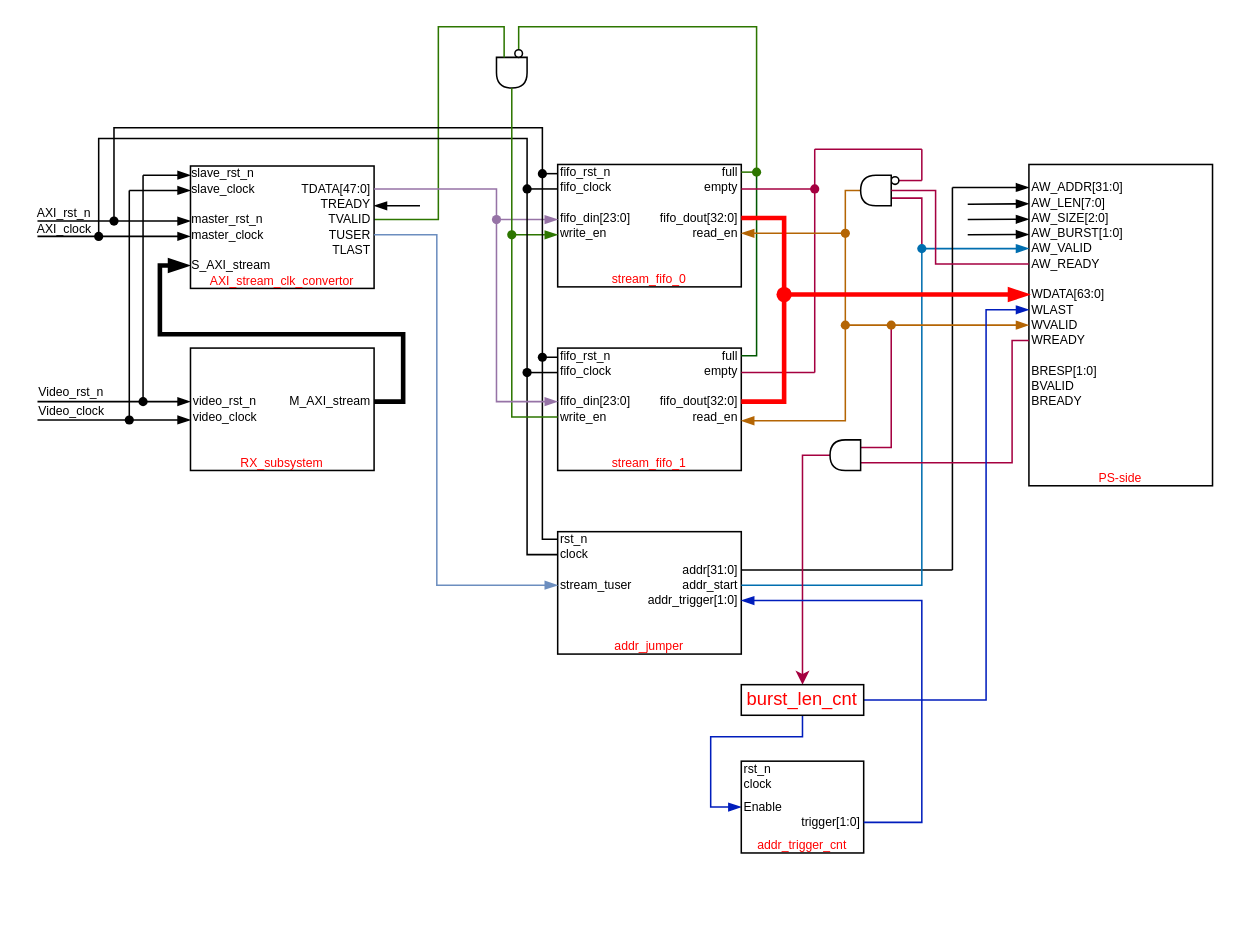
Above: Our_design/Our_design.drawio in YZchen3467/drawio (draw.io), before the change. Source tidied: cells renumbered, new cells numbered last; positions are measured from the earlier drawing's top-left corner, leaving out a move shared by most shapes. Both pictures are drawn from the tidied source at 153%, with x=0, y=0 at pixel (34, 26).
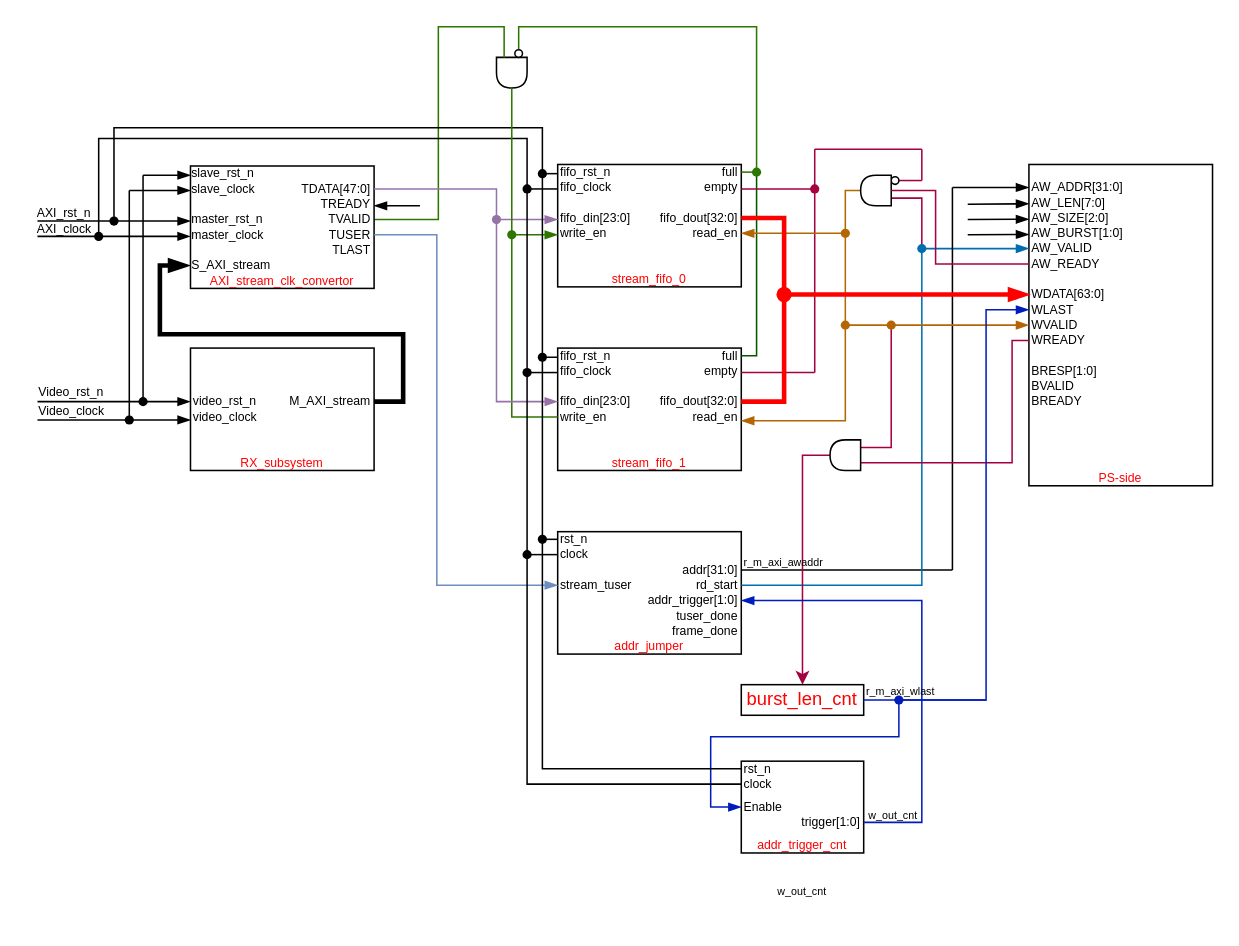
The same diagram, later.

The change refers to these unchanged cells:
```xml
<mxCell id="13" style="group;rounded=0;" parent="1" vertex="1">
  <mxGeometry x="342" y="330" width="120" height="80" as="geometry" />
</mxCell>
<mxCell id="16" value="clock" style="text;html=1;strokeColor=none;fillColor=none;align=left;verticalAlign=middle;whiteSpace=wrap;rounded=0;strokeWidth=0;fontSize=8;horizontal=1;" parent="13" vertex="1">
  <mxGeometry y="10" width="60" height="10" as="geometry" />
</mxCell>
<mxCell id="17" value="rst_n" style="text;html=1;strokeColor=none;fillColor=none;align=left;verticalAlign=middle;whiteSpace=wrap;rounded=0;strokeWidth=0;fontSize=8;horizontal=1;" parent="13" vertex="1">
  <mxGeometry width="60" height="10" as="geometry" />
</mxCell>
<mxCell id="62" style="shape=waypoint;sketch=0;fillStyle=solid;size=6;points=[];fillColor=none;perimeter=centerPerimeter;snapToPoint=1;" parent="1" vertex="1">
  <mxGeometry x="322" y="206" width="20" height="20" as="geometry" />
</mxCell>
<mxCell id="64" style="shape=waypoint;sketch=0;fillStyle=solid;size=6;points=[];fillColor=none;perimeter=centerPerimeter;snapToPoint=1;" parent="1" vertex="1">
  <mxGeometry x="312" y="216" width="20" height="20" as="geometry" />
</mxCell>
<mxCell id="82" value="&lt;font style=&quot;font-size: 8px;&quot;&gt;WLAST&lt;/font&gt;" style="text;html=1;strokeColor=none;fillColor=none;align=left;verticalAlign=middle;whiteSpace=wrap;rounded=0;strokeWidth=0;fontSize=8;horizontal=1;" parent="72" vertex="1">
  <mxGeometry y="90" width="60" height="10" as="geometry" />
</mxCell>
<mxCell id="129" value="&lt;font color=&quot;#ff0000&quot;&gt;burst_len_cnt&lt;/font&gt;" style="rounded=0;whiteSpace=wrap;html=1;" parent="1" vertex="1">
  <mxGeometry x="462" y="430" width="80" height="20" as="geometry" />
</mxCell>
<mxCell id="132" value="Enable" style="text;html=1;strokeColor=none;fillColor=none;align=left;verticalAlign=middle;whiteSpace=wrap;rounded=0;strokeWidth=0;fontSize=8;horizontal=1;" parent="130" vertex="1">
  <mxGeometry y="25" width="60" height="10" as="geometry" />
</mxCell>
<mxCell id="133" value="rst_n" style="text;html=1;strokeColor=none;fillColor=none;align=left;verticalAlign=middle;whiteSpace=wrap;rounded=0;strokeWidth=0;fontSize=8;horizontal=1;" parent="130" vertex="1">
  <mxGeometry width="60" height="10" as="geometry" />
</mxCell>
<mxCell id="134" value="clock" style="text;html=1;strokeColor=none;fillColor=none;align=left;verticalAlign=middle;whiteSpace=wrap;rounded=0;strokeWidth=0;fontSize=8;horizontal=1;" parent="130" vertex="1">
  <mxGeometry y="10" width="60" height="10" as="geometry" />
</mxCell>
```

The edit, as a diff of the source:
```diff
@@
-    <mxCell id="19" value="addr_start" style="text;html=1;strokeColor=none;fillColor=none;align=right;verticalAlign=middle;whiteSpace=wrap;rounded=0;strokeWidth=0;fontSize=8;horizontal=1;" parent="13" vertex="1">
+    <mxCell id="19" value="rd_start" style="text;html=1;strokeColor=none;fillColor=none;align=right;verticalAlign=middle;whiteSpace=wrap;rounded=0;strokeWidth=0;fontSize=8;horizontal=1;" parent="13" vertex="1">
       <mxGeometry x="60" y="30" width="60" height="10" as="geometry" />
     </mxCell>
@@
+    <mxCell id="169" value="tuser_done" style="text;html=1;strokeColor=none;fillColor=none;align=right;verticalAlign=middle;whiteSpace=wrap;rounded=0;strokeWidth=0;fontSize=8;horizontal=1;" parent="13" vertex="1">
+      <mxGeometry x="60" y="50" width="60" height="10" as="geometry" />
+    </mxCell>
+    <mxCell id="170" value="frame_done" style="text;html=1;strokeColor=none;fillColor=none;align=right;verticalAlign=middle;whiteSpace=wrap;rounded=0;strokeWidth=0;fontSize=8;horizontal=1;" parent="13" vertex="1">
+      <mxGeometry x="60" y="60" width="60" height="10" as="geometry" />
+    </mxCell>
@@
-    <mxCell id="61" style="edgeStyle=orthogonalEdgeStyle;rounded=0;jettySize=auto;html=1;entryX=0;entryY=0.5;entryDx=0;entryDy=0;endArrow=none;endFill=0;" parent="1" edge="1" source="62" target="17">
+    <mxCell id="61" style="edgeStyle=orthogonalEdgeStyle;rounded=0;jettySize=auto;html=1;entryX=0;entryY=0.5;entryDx=0;entryDy=0;endArrow=none;endFill=0;" parent="1" edge="1" source="177" target="17">
       <mxGeometry relative="1" as="geometry">
         <Array as="points">
           <mxPoint x="332" y="335" />
         </Array>
       </mxGeometry>
     </mxCell>
@@
-    <mxCell id="63" style="edgeStyle=orthogonalEdgeStyle;rounded=0;jettySize=auto;html=1;endArrow=none;endFill=0;entryX=0;entryY=0.5;entryDx=0;entryDy=0;" parent="1" edge="1" source="64" target="16">
+    <mxCell id="63" style="edgeStyle=orthogonalEdgeStyle;rounded=0;jettySize=auto;html=1;endArrow=none;endFill=0;entryX=0;entryY=0.5;entryDx=0;entryDy=0;" parent="1" edge="1" source="180" target="16">
       <mxGeometry relative="1" as="geometry">
         <Array as="points">
           <mxPoint x="322" y="345" />
         </Array>
       </mxGeometry>
     </mxCell>
@@
-    <mxCell id="127" style="edgeStyle=orthogonalEdgeStyle;rounded=0;jettySize=auto;html=1;entryX=0;entryY=0.5;entryDx=0;entryDy=0;fillColor=#0050ef;strokeColor=#001DBC;endArrow=blockThin;endFill=1;" parent="1" edge="1" source="129" target="132">
+    <mxCell id="127" style="edgeStyle=orthogonalEdgeStyle;rounded=0;jettySize=auto;html=1;entryX=0;entryY=0.5;entryDx=0;entryDy=0;fillColor=#0050ef;strokeColor=#001DBC;endArrow=blockThin;endFill=1;exitX=0.476;exitY=1.167;exitDx=0;exitDy=0;exitPerimeter=0;" parent="1" edge="1" source="174" target="132">
       <mxGeometry relative="1" as="geometry">
         <Array as="points">
-          <mxPoint x="502" y="464" />
+          <mxPoint x="565" y="464" />
           <mxPoint x="442" y="464" />
           <mxPoint x="442" y="510" />
         </Array>
       </mxGeometry>
     </mxCell>
-    <mxCell id="128" style="edgeStyle=orthogonalEdgeStyle;rounded=0;jettySize=auto;html=1;entryX=0;entryY=0.5;entryDx=0;entryDy=0;fillColor=#0050ef;strokeColor=#001DBC;endArrow=blockThin;endFill=1;" parent="1" edge="1" source="129" target="82">
+    <mxCell id="128" style="edgeStyle=orthogonalEdgeStyle;rounded=0;jettySize=auto;html=1;entryX=0;entryY=0.5;entryDx=0;entryDy=0;fillColor=#0050ef;strokeColor=#001DBC;endArrow=blockThin;endFill=1;" parent="1" edge="1" source="174" target="82">
       <mxGeometry relative="1" as="geometry">
         <Array as="points">
-          <mxPoint x="622" y="440" />
           <mxPoint x="622" y="185" />
         </Array>
       </mxGeometry>
     </mxCell>
@@
+    <mxCell id="171" value="&lt;p style=&quot;line-height: 100%;&quot;&gt;&lt;span style=&quot;font-size: 7px;&quot;&gt;w_out_cnt&lt;/span&gt;&lt;/p&gt;" style="text;html=1;strokeColor=none;fillColor=none;align=center;verticalAlign=middle;whiteSpace=wrap;rounded=0;" parent="1" vertex="1">
+      <mxGeometry x="543" y="509" width="37" height="10" as="geometry" />
+    </mxCell>
+    <mxCell id="172" value="&lt;p style=&quot;line-height: 100%;&quot;&gt;&lt;span style=&quot;font-size: 7px;&quot;&gt;w_out_cnt&lt;/span&gt;&lt;/p&gt;" style="text;html=1;strokeColor=none;fillColor=none;align=center;verticalAlign=middle;whiteSpace=wrap;rounded=0;" parent="1" vertex="1">
+      <mxGeometry x="472" y="549" width="60" height="30" as="geometry" />
+    </mxCell>
+    <mxCell id="173" style="edgeStyle=orthogonalEdgeStyle;rounded=0;jettySize=auto;html=1;entryDx=0;entryDy=0;fillColor=#0050ef;strokeColor=#001DBC;endArrow=none;endFill=0;" parent="1" edge="1" source="129" target="174">
+      <mxGeometry relative="1" as="geometry">
+        <Array as="points">
+          <mxPoint x="622" y="440" />
+        </Array>
+      </mxGeometry>
+    </mxCell>
+    <mxCell id="174" style="shape=waypoint;sketch=0;fillStyle=solid;size=6;points=[];fillColor=#0050ef;perimeter=centerPerimeter;snapToPoint=1;fontColor=#ffffff;strokeColor=#001DBC;" parent="1" vertex="1">
+      <mxGeometry x="555" y="430" width="20" height="20" as="geometry" />
+    </mxCell>
+    <mxCell id="175" style="edgeStyle=orthogonalEdgeStyle;rounded=0;jettySize=auto;html=1;entryDx=0;entryDy=0;endArrow=none;endFill=0;" parent="1" edge="1" source="62" target="177">
+      <mxGeometry relative="1" as="geometry" />
+    </mxCell>
+    <mxCell id="176" style="edgeStyle=orthogonalEdgeStyle;rounded=0;jettySize=auto;html=1;entryX=0;entryY=0.5;entryDx=0;entryDy=0;endArrow=none;endFill=0;" parent="1" edge="1" source="177" target="133">
+      <mxGeometry relative="1" as="geometry">
+        <Array as="points">
+          <mxPoint x="332" y="485" />
+        </Array>
+      </mxGeometry>
+    </mxCell>
+    <mxCell id="177" style="shape=waypoint;sketch=0;fillStyle=solid;size=6;points=[];fillColor=none;perimeter=centerPerimeter;snapToPoint=1;" parent="1" vertex="1">
+      <mxGeometry x="322" y="325" width="20" height="20" as="geometry" />
+    </mxCell>
+    <mxCell id="178" style="edgeStyle=orthogonalEdgeStyle;rounded=0;jettySize=auto;html=1;endArrow=none;endFill=0;entryDx=0;entryDy=0;" parent="1" edge="1" source="64" target="180">
+      <mxGeometry relative="1" as="geometry" />
+    </mxCell>
+    <mxCell id="179" style="edgeStyle=orthogonalEdgeStyle;rounded=0;jettySize=auto;html=1;entryX=0;entryY=0.5;entryDx=0;entryDy=0;endArrow=none;endFill=0;" parent="1" edge="1" source="180" target="134">
+      <mxGeometry relative="1" as="geometry">
+        <Array as="points">
+          <mxPoint x="322" y="495" />
+        </Array>
+      </mxGeometry>
+    </mxCell>
+    <mxCell id="180" style="shape=waypoint;sketch=0;fillStyle=solid;size=6;points=[];fillColor=none;perimeter=centerPerimeter;snapToPoint=1;" parent="1" vertex="1">
+      <mxGeometry x="312" y="335" width="20" height="20" as="geometry" />
+    </mxCell>
+    <mxCell id="181" value="r_m_axi_wlast" style="text;whiteSpace=wrap;fontSize=7;verticalAlign=middle;" parent="1" vertex="1">
+      <mxGeometry x="542" y="430" width="97" height="10" as="geometry" />
+    </mxCell>
+    <mxCell id="182" value="r_m_axi_awaddr" style="text;whiteSpace=wrap;fontSize=7;verticalAlign=middle;" parent="1" vertex="1">
+      <mxGeometry x="462" y="346" width="109" height="10" as="geometry" />
+    </mxCell>
```
